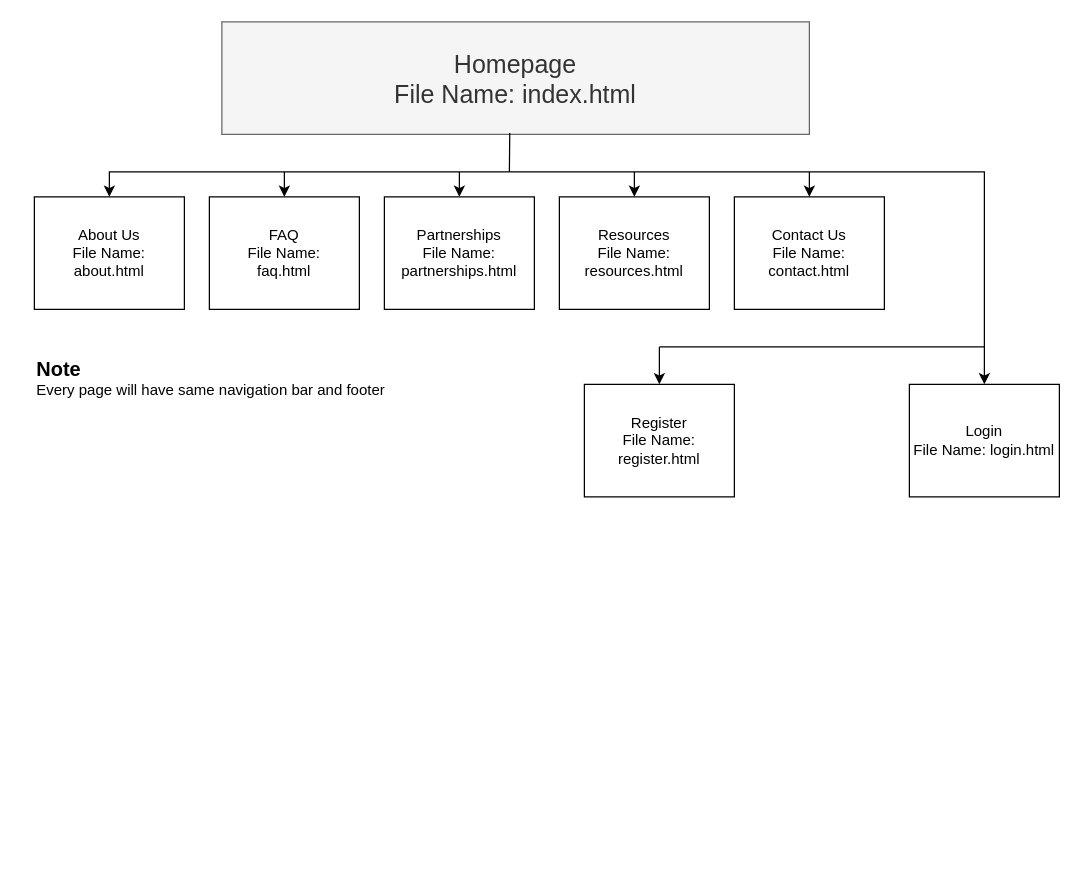
This is global-student-network.drawio from aureliosustaita/global-student-network-1.4, a draw.io file, before an edit. Source tidied: cells renumbered, new cells numbered last; positions are measured from the earlier drawing's top-left corner, leaving out a move shared by most shapes. Both pictures are drawn from the tidied source at 125%, with x=0, y=0 at pixel (34, 21).
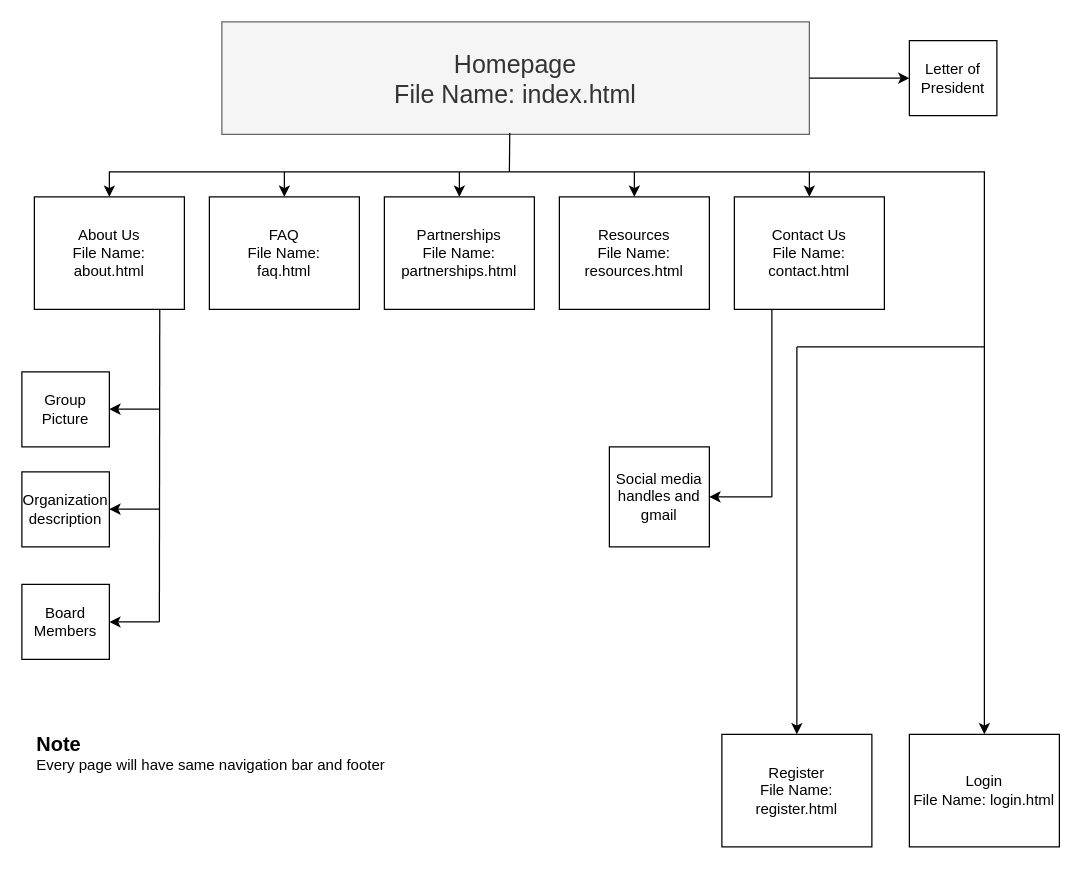
After the change.

The change refers to these unchanged cells:
```xml
<mxCell id="2" value="Homepage&lt;div&gt;File Name: index.html&lt;/div&gt;" style="rounded=0;whiteSpace=wrap;html=1;fillColor=#f5f5f5;fontColor=#333333;strokeColor=#666666;fontSize=20;" parent="1" vertex="1">
  <mxGeometry x="150" width="470" height="90" as="geometry" />
</mxCell>
<mxCell id="6" value="Contact Us&lt;div&gt;File Name: contact.html&lt;/div&gt;" style="rounded=0;whiteSpace=wrap;html=1;" parent="1" vertex="1">
  <mxGeometry x="560" y="140" width="120" height="90" as="geometry" />
</mxCell>
```

What changed in the source:
```diff
@@
     <mxCell id="8" value="Login&lt;div&gt;File Name: login.html&lt;/div&gt;" style="rounded=0;whiteSpace=wrap;html=1;" parent="1" vertex="1">
-      <mxGeometry x="700" y="290" width="120" height="90" as="geometry" />
+      <mxGeometry x="700" y="570" width="120" height="90" as="geometry" />
     </mxCell>
@@
     <mxCell id="16" value="&lt;b&gt;&lt;font style=&quot;font-size: 16px;&quot;&gt;Note&lt;/font&gt;&lt;/b&gt;&lt;div&gt;Every page will have same navigation bar and footer&lt;/div&gt;" style="text;html=1;align=left;verticalAlign=middle;strokeColor=none;fillColor=none;" parent="1" vertex="1">
-      <mxGeometry y="260" width="300" height="50" as="geometry" />
+      <mxGeometry y="560" width="300" height="50" as="geometry" />
     </mxCell>
     <mxCell id="17" style="endArrow=none;html=1;rounded=0;" parent="1" edge="1">
       <mxGeometry relative="1" as="geometry">
-        <mxPoint x="500" y="260" as="sourcePoint" />
+        <mxPoint x="610" y="260" as="sourcePoint" />
         <mxPoint x="760" y="260" as="targetPoint" />
       </mxGeometry>
     </mxCell>
-    <mxCell id="18" style="endArrow=classic;html=1;rounded=0;" parent="1" edge="1">
+    <mxCell id="18" style="endArrow=classic;html=1;rounded=0;entryX=0.5;entryY=0;entryDx=0;entryDy=0;" parent="1" edge="1" target="19">
       <mxGeometry relative="1" as="geometry">
-        <mxPoint x="500" y="260" as="sourcePoint" />
-        <mxPoint x="500" y="290" as="targetPoint" />
+        <mxPoint x="610" y="260" as="sourcePoint" />
       </mxGeometry>
     </mxCell>
     <mxCell id="19" value="Register&lt;br&gt;&lt;div&gt;File Name: register.html&lt;/div&gt;" style="rounded=0;whiteSpace=wrap;html=1;" parent="1" vertex="1">
-      <mxGeometry x="440" y="290" width="120" height="90" as="geometry" />
+      <mxGeometry x="550" y="570" width="120" height="90" as="geometry" />
     </mxCell>
+    <mxCell id="20" style="endArrow=none;html=1;rounded=0;entryX=0.811;entryY=1.024;entryDx=0;entryDy=0;entryPerimeter=0;" parent="1" edge="1">
+      <mxGeometry relative="1" as="geometry">
+        <mxPoint x="100" y="480" as="sourcePoint" />
+        <mxPoint x="100.3" y="230" as="targetPoint" />
+      </mxGeometry>
+    </mxCell>
+    <mxCell id="21" value="Group Picture" style="rounded=0;whiteSpace=wrap;html=1;" parent="1" vertex="1">
+      <mxGeometry x="-10" y="280" width="70" height="60" as="geometry" />
+    </mxCell>
+    <mxCell id="22" value="Organization description" style="rounded=0;whiteSpace=wrap;html=1;" parent="1" vertex="1">
+      <mxGeometry x="-10" y="360" width="70" height="60" as="geometry" />
+    </mxCell>
+    <mxCell id="23" value="Board Members" style="rounded=0;whiteSpace=wrap;html=1;" parent="1" vertex="1">
+      <mxGeometry x="-10" y="450" width="70" height="60" as="geometry" />
+    </mxCell>
+    <mxCell id="24" value="Letter of President" style="rounded=0;whiteSpace=wrap;html=1;" parent="1" vertex="1">
+      <mxGeometry x="700" y="15" width="70" height="60" as="geometry" />
+    </mxCell>
+    <mxCell id="25" style="endArrow=classic;html=1;rounded=0;entryX=0;entryY=0.5;entryDx=0;entryDy=0;exitX=1;exitY=0.5;exitDx=0;exitDy=0;" parent="1" edge="1" source="2" target="24">
+      <mxGeometry relative="1" as="geometry" />
+    </mxCell>
+    <mxCell id="26" style="endArrow=classic;html=1;rounded=0;entryX=0.941;entryY=0.635;entryDx=0;entryDy=0;entryPerimeter=0;" parent="1" edge="1">
+      <mxGeometry relative="1" as="geometry">
+        <mxPoint x="100" y="480" as="sourcePoint" />
+        <mxPoint x="60" y="480.1" as="targetPoint" />
+        <Array as="points">
+          <mxPoint x="80" y="480" />
+        </Array>
+      </mxGeometry>
+    </mxCell>
+    <mxCell id="27" style="endArrow=classic;html=1;rounded=0;entryX=0.941;entryY=0.635;entryDx=0;entryDy=0;entryPerimeter=0;" parent="1" edge="1">
+      <mxGeometry relative="1" as="geometry">
+        <mxPoint x="100" y="389.8" as="sourcePoint" />
+        <mxPoint x="60" y="389.8" as="targetPoint" />
+        <Array as="points">
+          <mxPoint x="80" y="389.8" />
+        </Array>
+      </mxGeometry>
+    </mxCell>
+    <mxCell id="28" style="endArrow=classic;html=1;rounded=0;entryX=0.941;entryY=0.635;entryDx=0;entryDy=0;entryPerimeter=0;" parent="1" edge="1">
+      <mxGeometry relative="1" as="geometry">
+        <mxPoint x="100" y="309.8" as="sourcePoint" />
+        <mxPoint x="60" y="309.8" as="targetPoint" />
+        <Array as="points">
+          <mxPoint x="80" y="309.8" />
+        </Array>
+      </mxGeometry>
+    </mxCell>
+    <mxCell id="29" style="endArrow=none;html=1;rounded=0;entryX=0.25;entryY=1;entryDx=0;entryDy=0;" parent="1" edge="1" target="6">
+      <mxGeometry relative="1" as="geometry">
+        <mxPoint x="590" y="380" as="sourcePoint" />
+      </mxGeometry>
+    </mxCell>
+    <mxCell id="30" style="endArrow=classic;html=1;rounded=0;" parent="1" edge="1">
+      <mxGeometry relative="1" as="geometry">
+        <mxPoint x="590" y="380" as="sourcePoint" />
+        <mxPoint x="540" y="380" as="targetPoint" />
+      </mxGeometry>
+    </mxCell>
+    <mxCell id="31" value="Social media handles and gmail" style="whiteSpace=wrap;html=1;" parent="1" vertex="1">
+      <mxGeometry x="460" y="340" width="80" height="80" as="geometry" />
+    </mxCell>
```
